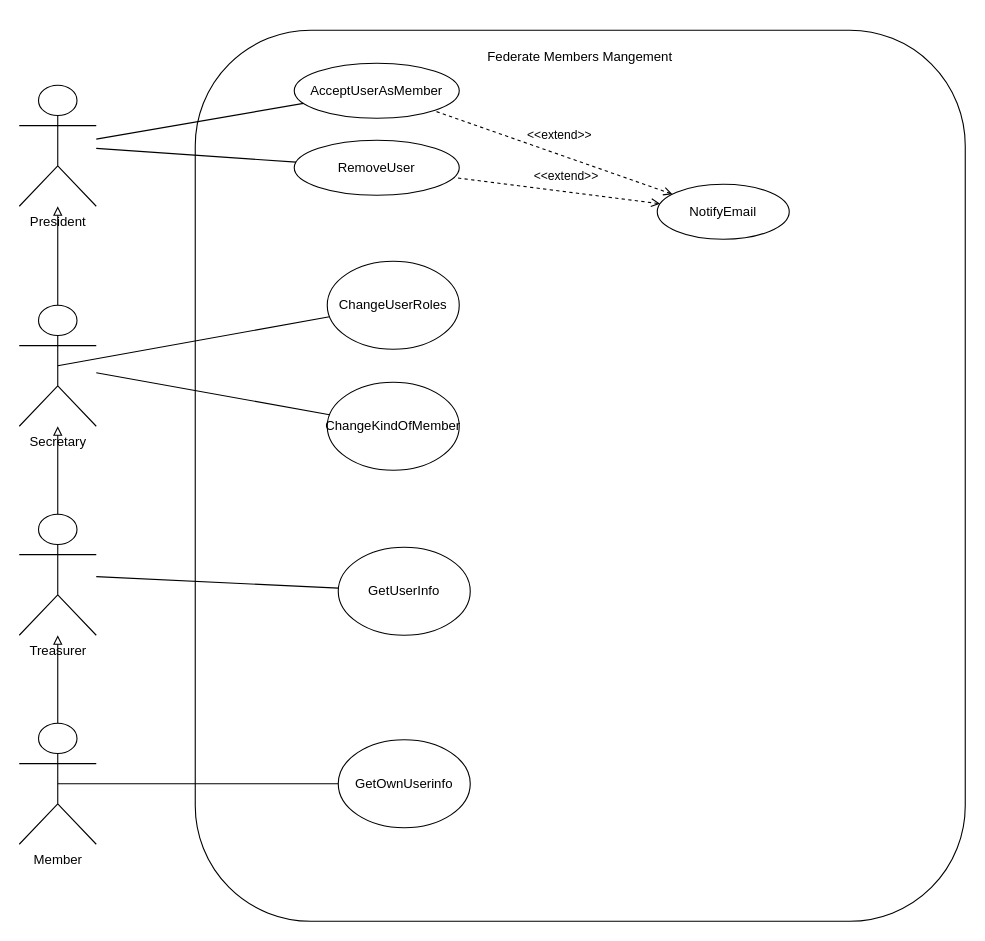
Earlier version of the draw.io diagram doc/Diagrams/CaseUse/MembersManagement.drawio (kunder93/cxn_back). Source tidied: cells renumbered, new cells numbered last; positions are measured from the earlier drawing's top-left corner, leaving out a move shared by most shapes. Both pictures are drawn from the tidied source at 110%, with x=0, y=0 at pixel (19, 30).
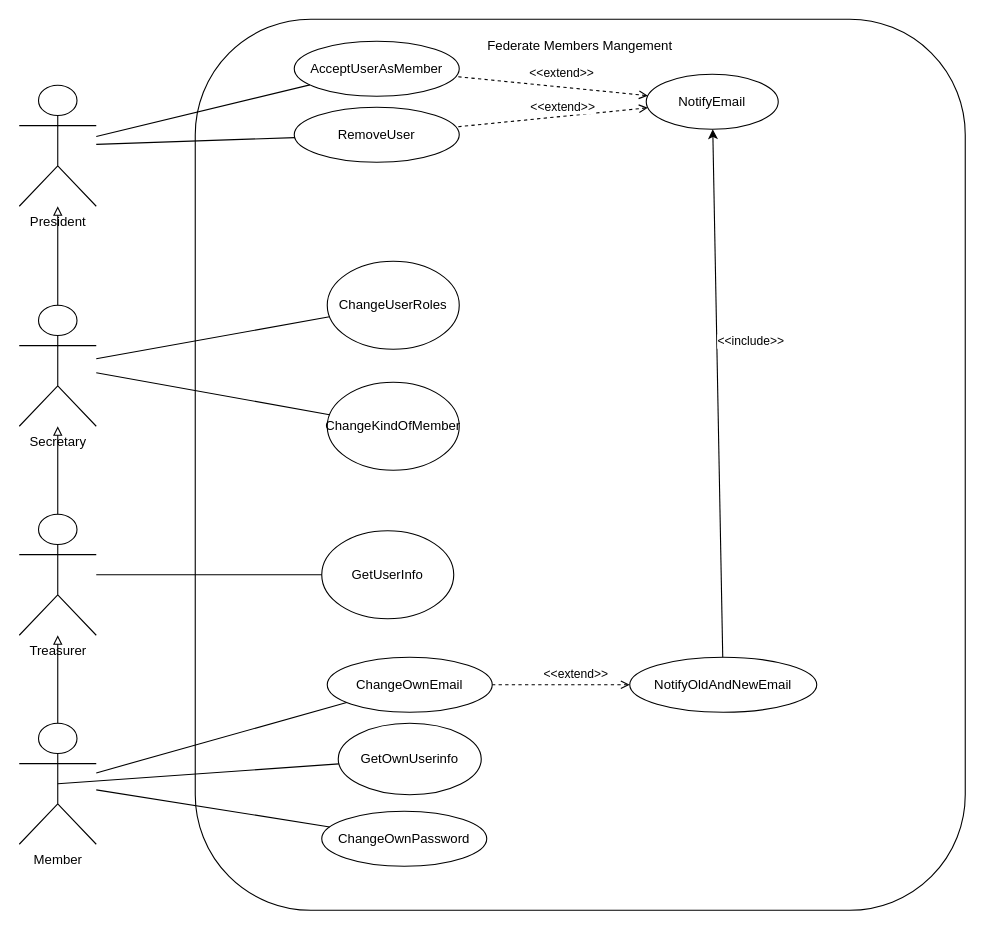
After the change.

The change refers to these unchanged cells:
```xml
<mxCell id="4" value="Member" style="shape=umlActor;verticalLabelPosition=bottom;verticalAlign=top;html=1;outlineConnect=0;" parent="1" vertex="1">
  <mxGeometry y="630" width="70" height="110" as="geometry" />
</mxCell>
<mxCell id="5" value="Secretary" style="shape=umlActor;verticalLabelPosition=bottom;verticalAlign=top;html=1;outlineConnect=0;" parent="1" vertex="1">
  <mxGeometry y="250" width="70" height="110" as="geometry" />
</mxCell>
<mxCell id="6" value="ChangeUserRoles" style="ellipse;whiteSpace=wrap;html=1;" parent="1" vertex="1">
  <mxGeometry x="280" y="210" width="120" height="80" as="geometry" />
</mxCell>
```

What changed in the source:
```diff
@@
     <mxCell id="2" value="&lt;div&gt;Federate Members Mangement&lt;/div&gt;&lt;div&gt;&lt;br&gt;&lt;/div&gt;&lt;div&gt;&lt;br&gt;&lt;/div&gt;&lt;div&gt;&lt;br&gt;&lt;/div&gt;&lt;div&gt;&lt;br&gt;&lt;/div&gt;&lt;div&gt;&lt;br&gt;&lt;/div&gt;&lt;div&gt;&lt;br&gt;&lt;/div&gt;&lt;div&gt;&lt;br&gt;&lt;/div&gt;&lt;div&gt;&lt;br&gt;&lt;/div&gt;&lt;div&gt;&lt;br&gt;&lt;/div&gt;&lt;div&gt;&lt;br&gt;&lt;/div&gt;&lt;div&gt;&lt;br&gt;&lt;/div&gt;&lt;div&gt;&lt;br&gt;&lt;/div&gt;&lt;div&gt;&lt;br&gt;&lt;/div&gt;&lt;div&gt;&lt;br&gt;&lt;/div&gt;&lt;div&gt;&lt;br&gt;&lt;/div&gt;&lt;div&gt;&lt;br&gt;&lt;/div&gt;&lt;div&gt;&lt;br&gt;&lt;/div&gt;&lt;div&gt;&lt;br&gt;&lt;/div&gt;&lt;div&gt;&lt;br&gt;&lt;/div&gt;&lt;div&gt;&lt;br&gt;&lt;/div&gt;&lt;div&gt;&lt;br&gt;&lt;/div&gt;&lt;div&gt;&lt;br&gt;&lt;/div&gt;&lt;div&gt;&lt;br&gt;&lt;/div&gt;&lt;div&gt;&lt;br&gt;&lt;/div&gt;&lt;div&gt;&lt;br&gt;&lt;/div&gt;&lt;div&gt;&lt;br&gt;&lt;/div&gt;&lt;div&gt;&lt;br&gt;&lt;/div&gt;&lt;div&gt;&lt;br&gt;&lt;/div&gt;&lt;div&gt;&lt;br&gt;&lt;/div&gt;&lt;div&gt;&lt;br&gt;&lt;/div&gt;&lt;div&gt;&lt;br&gt;&lt;/div&gt;&lt;div&gt;&lt;br&gt;&lt;/div&gt;&lt;div&gt;&lt;br&gt;&lt;/div&gt;&lt;div&gt;&lt;br&gt;&lt;/div&gt;&lt;div&gt;&lt;br&gt;&lt;/div&gt;&lt;div&gt;&lt;br&gt;&lt;/div&gt;&lt;div&gt;&lt;br&gt;&lt;/div&gt;&lt;div&gt;&lt;br&gt;&lt;/div&gt;&lt;div&gt;&lt;br&gt;&lt;/div&gt;&lt;div&gt;&lt;br&gt;&lt;/div&gt;&lt;div&gt;&lt;br&gt;&lt;/div&gt;&lt;div&gt;&lt;br&gt;&lt;/div&gt;&lt;div&gt;&lt;br&gt;&lt;/div&gt;&lt;div&gt;&lt;br&gt;&lt;/div&gt;&lt;div&gt;&lt;br&gt;&lt;/div&gt;&lt;div&gt;&lt;br&gt;&lt;/div&gt;&lt;div&gt;&lt;br&gt;&lt;/div&gt;&lt;div&gt;&lt;br&gt;&lt;/div&gt;&lt;div&gt;&lt;br&gt;&lt;/div&gt;&lt;div&gt;&lt;br&gt;&lt;/div&gt;&lt;div&gt;&lt;br&gt;&lt;/div&gt;&lt;div&gt;&lt;br&gt;&lt;/div&gt;&lt;div&gt;&lt;br&gt;&lt;/div&gt;" style="rounded=1;whiteSpace=wrap;html=1;" parent="1" vertex="1">
-      <mxGeometry x="160" width="700" height="810" as="geometry" />
+      <mxGeometry x="160" y="-10" width="700" height="810" as="geometry" />
     </mxCell>
@@
     <mxCell id="7" value="NotifyEmail" style="ellipse;whiteSpace=wrap;html=1;" parent="1" vertex="1">
-      <mxGeometry x="580" y="140" width="120" height="50" as="geometry" />
+      <mxGeometry x="570" y="40" width="120" height="50" as="geometry" />
     </mxCell>
@@
     <mxCell id="14" value="AcceptUserAsMember" style="ellipse;whiteSpace=wrap;html=1;" parent="1" vertex="1">
-      <mxGeometry x="250" y="30" width="150" height="50" as="geometry" />
+      <mxGeometry x="250" y="10" width="150" height="50" as="geometry" />
     </mxCell>
     <mxCell id="15" value="RemoveUser" style="ellipse;whiteSpace=wrap;html=1;" parent="1" vertex="1">
-      <mxGeometry x="250" y="100" width="150" height="50" as="geometry" />
+      <mxGeometry x="250" y="70" width="150" height="50" as="geometry" />
     </mxCell>
@@
     <mxCell id="18" value="GetOwnUserinfo" style="ellipse;whiteSpace=wrap;html=1;" parent="1" vertex="1">
-      <mxGeometry x="290" y="645" width="120" height="80" as="geometry" />
+      <mxGeometry x="290" y="630" width="130" height="65" as="geometry" />
     </mxCell>
@@
-    <mxCell id="20" style="endArrow=none;html=1;rounded=0;exitX=0.5;exitY=0.5;exitDx=0;exitDy=0;exitPerimeter=0;" parent="1" edge="1" source="5" target="6">
+    <mxCell id="20" style="endArrow=none;html=1;rounded=0;" parent="1" edge="1" source="5" target="6">
       <mxGeometry relative="1" as="geometry" />
     </mxCell>
@@
     <mxCell id="23" value="GetUserInfo" style="ellipse;whiteSpace=wrap;html=1;" parent="1" vertex="1">
-      <mxGeometry x="290" y="470" width="120" height="80" as="geometry" />
+      <mxGeometry x="275" y="455" width="120" height="80" as="geometry" />
     </mxCell>
@@
+    <mxCell id="27" value="ChangeOwnEmail" style="ellipse;whiteSpace=wrap;html=1;" parent="1" vertex="1">
+      <mxGeometry x="280" y="570" width="150" height="50" as="geometry" />
+    </mxCell>
+    <mxCell id="28" style="endArrow=none;html=1;rounded=0;" parent="1" edge="1" source="4" target="27">
+      <mxGeometry relative="1" as="geometry" />
+    </mxCell>
+    <mxCell id="29" value="NotifyOldAndNewEmail" style="ellipse;whiteSpace=wrap;html=1;" parent="1" vertex="1">
+      <mxGeometry x="555" y="570" width="170" height="50" as="geometry" />
+    </mxCell>
+    <mxCell id="30" style="endArrow=classic;html=1;rounded=0;" parent="1" edge="1" source="29" target="7">
+      <mxGeometry relative="1" as="geometry" />
+    </mxCell>
+    <mxCell id="31" value="&amp;lt;&amp;lt;include&amp;gt;&amp;gt;" style="edgeLabel;html=1;align=center;verticalAlign=middle;" parent="30" vertex="1">
+      <mxGeometry x="0.2" y="2" relative="1" as="geometry">
+        <mxPoint x="32" as="offset" />
+      </mxGeometry>
+    </mxCell>
+    <mxCell id="32" style="endArrow=none;html=1;rounded=0;dashed=1;startArrow=open;startFill=0;" parent="1" edge="1" source="29" target="27">
+      <mxGeometry relative="1" as="geometry" />
+    </mxCell>
+    <mxCell id="33" value="&amp;lt;&amp;lt;extend&amp;gt;&amp;gt;" style="edgeLabel;html=1;align=center;verticalAlign=middle;" parent="32" vertex="1">
+      <mxGeometry x="0.15" y="1" relative="1" as="geometry">
+        <mxPoint x="22" y="-12" as="offset" />
+      </mxGeometry>
+    </mxCell>
+    <mxCell id="34" value="ChangeOwnPassword" style="ellipse;whiteSpace=wrap;html=1;" parent="1" vertex="1">
+      <mxGeometry x="275" y="710" width="150" height="50" as="geometry" />
+    </mxCell>
+    <mxCell id="35" style="endArrow=none;html=1;rounded=0;" parent="1" edge="1" source="4" target="34">
+      <mxGeometry relative="1" as="geometry" />
+    </mxCell>
```
